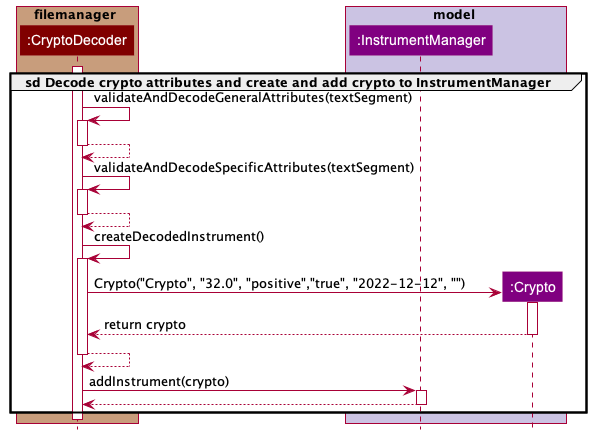
This is docs/images/FileManagerRefDiagCryptoDecoder.png from williamlamjy/mTracker, a PlantUML export, as it was before one commit.
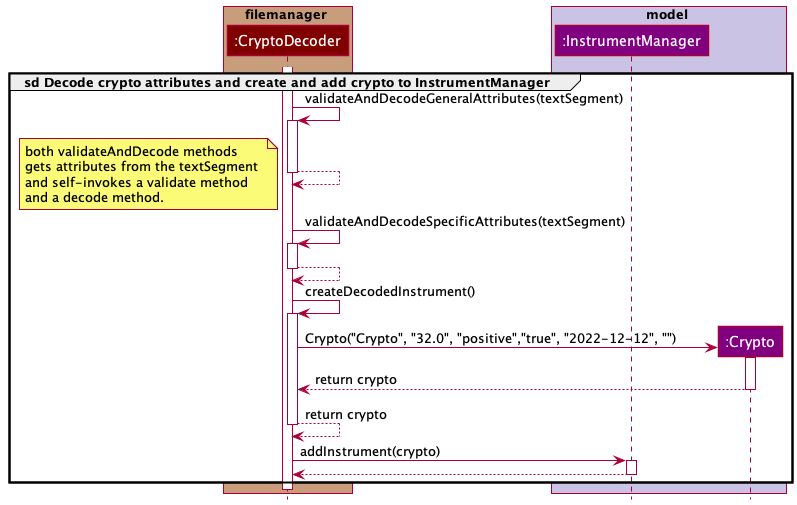
Later version of the same file.

Change to the diagram source:
```diff
@@ -19,8 +19,16 @@
 CryptoDecoder--> CryptoDecoder
 deactivate CryptoDecoder
 
+note left
+both validateAndDecode methods
+gets attributes from the textSegment
+and self-invokes a validate method
+and a decode method.
+end note
+
 CryptoDecoder-> CryptoDecoder: validateAndDecodeSpecificAttributes(textSegment)
 activate CryptoDecoder
+
 CryptoDecoder--> CryptoDecoder
 deactivate CryptoDecoder
 
@@ -33,7 +41,7 @@
 Crypto--> CryptoDecoder: return crypto
 deactivate Crypto
 
-CryptoDecoder--> CryptoDecoder
+CryptoDecoder--> CryptoDecoder: return crypto
 deactivate CryptoDecoder
 
 CryptoDecoder-> InstrumentManager: addInstrument(crypto)
```
